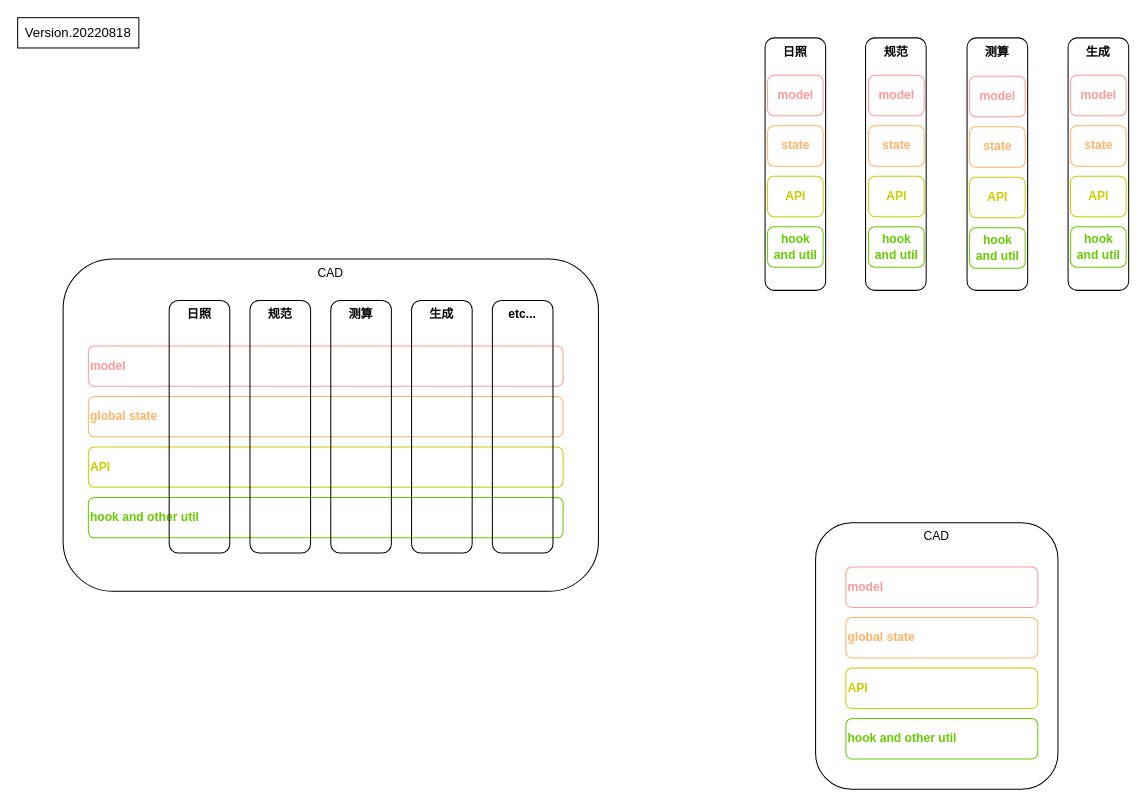
Before: page "组件拆分思路 1" (2 of 3) of xk/component_refactor.drawio in fqd511/charts, a draw.io diagram. Source tidied: cells renumbered, new cells numbered last; positions are measured from the earlier drawing's top-left corner, leaving out a move shared by most shapes. Both pictures are drawn from the tidied source at 101%, with x=0, y=0 at pixel (17, 17). Pictures stored in the file or linked from it are replaced by grey dashed boxes.
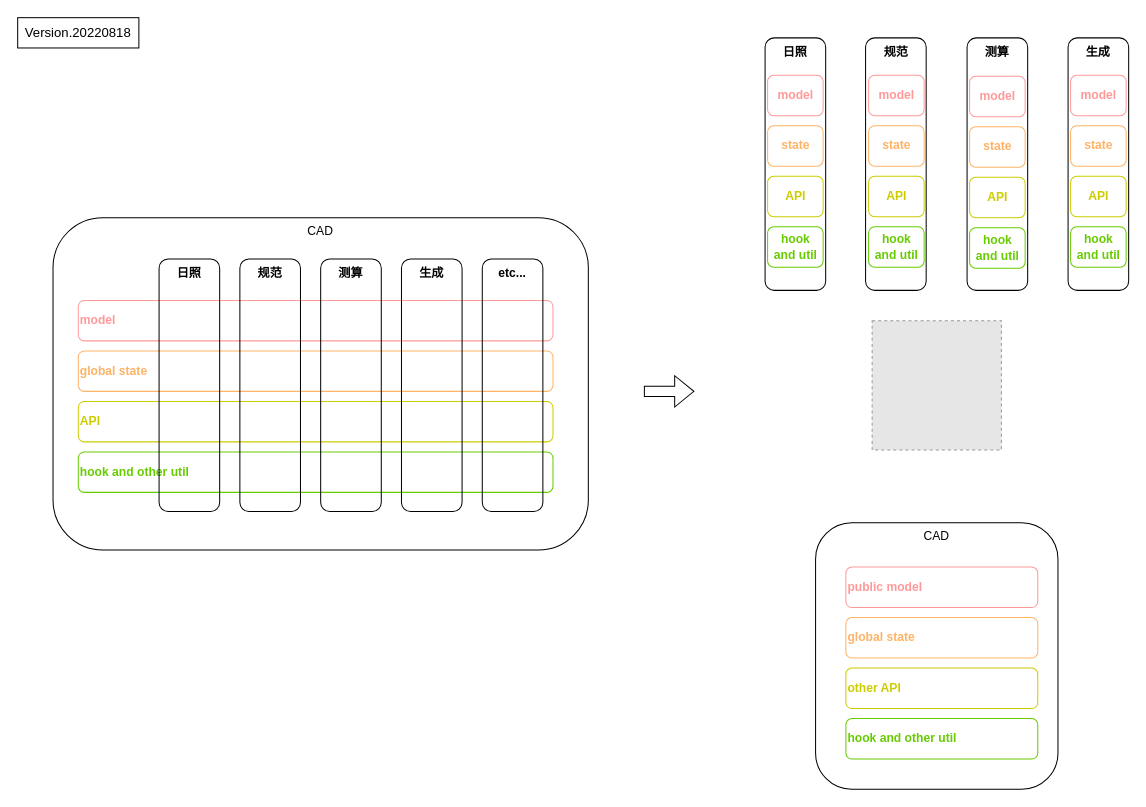
The same diagram, later.

Unchanged cells that the change refers to:
```xml
<mxCell id="23" style="group;" parent="21" vertex="1">
  <mxGeometry x="30" y="44" width="190" height="206" as="geometry" />
</mxCell>
```

Diff of the diagram source:
```diff
@@
-    <mxCell id="25" value="&lt;font color=&quot;#cccc00&quot;&gt;API&lt;/font&gt;" style="rounded=1;whiteSpace=wrap;html=1;fillColor=none;strokeColor=#CCCC00;fontColor=#FFFF00;fontStyle=1;align=left;" parent="23" vertex="1">
+    <mxCell id="25" value="&lt;font color=&quot;#cccc00&quot;&gt;other API&lt;/font&gt;" style="rounded=1;whiteSpace=wrap;html=1;fillColor=none;strokeColor=#CCCC00;fontColor=#FFFF00;fontStyle=1;align=left;" parent="23" vertex="1">
       <mxGeometry y="100" width="190" height="40" as="geometry" />
     </mxCell>
@@
-    <mxCell id="27" value="model" style="rounded=1;whiteSpace=wrap;html=1;fillColor=none;strokeColor=#FF9999;fontColor=#FF9999;fontStyle=1;align=left;" parent="23" vertex="1">
+    <mxCell id="27" value="public model" style="rounded=1;whiteSpace=wrap;html=1;fillColor=none;strokeColor=#FF9999;fontColor=#FF9999;fontStyle=1;align=left;" parent="23" vertex="1">
       <mxGeometry width="190" height="40" as="geometry" />
     </mxCell>
     <mxCell id="28" style="group;" parent="1" vertex="1">
-      <mxGeometry x="70" y="325" width="470" height="206" as="geometry" />
+      <mxGeometry x="60" y="280" width="505" height="247" as="geometry" />
     </mxCell>
@@
-    <mxCell id="33" style="group;" parent="1" vertex="1">
-      <mxGeometry x="150" y="280" width="425" height="288" as="geometry" />
+    <mxCell id="33" style="group;" parent="28" vertex="1">
+      <mxGeometry x="80" y="-41" width="425" height="288" as="geometry" />
     </mxCell>
@@
+    <mxCell id="46" style="fillColor=#E6E6E6;strokeColor=#999999;dashed=1;html=1;verticalAlign=top;verticalLabelPosition=bottom;labelBackgroundColor=#ffffff;" parent="1" vertex="1">
+      <mxGeometry x="846" y="300" width="128" height="128" as="geometry" />
+    </mxCell>
+    <mxCell id="47" style="shape=flexArrow;endArrow=classic;html=1;rounded=0;" parent="1" edge="1">
+      <mxGeometry relative="1" as="geometry">
+        <mxPoint x="620" y="370" as="sourcePoint" />
+        <mxPoint x="670" y="370" as="targetPoint" />
+      </mxGeometry>
+    </mxCell>
```
